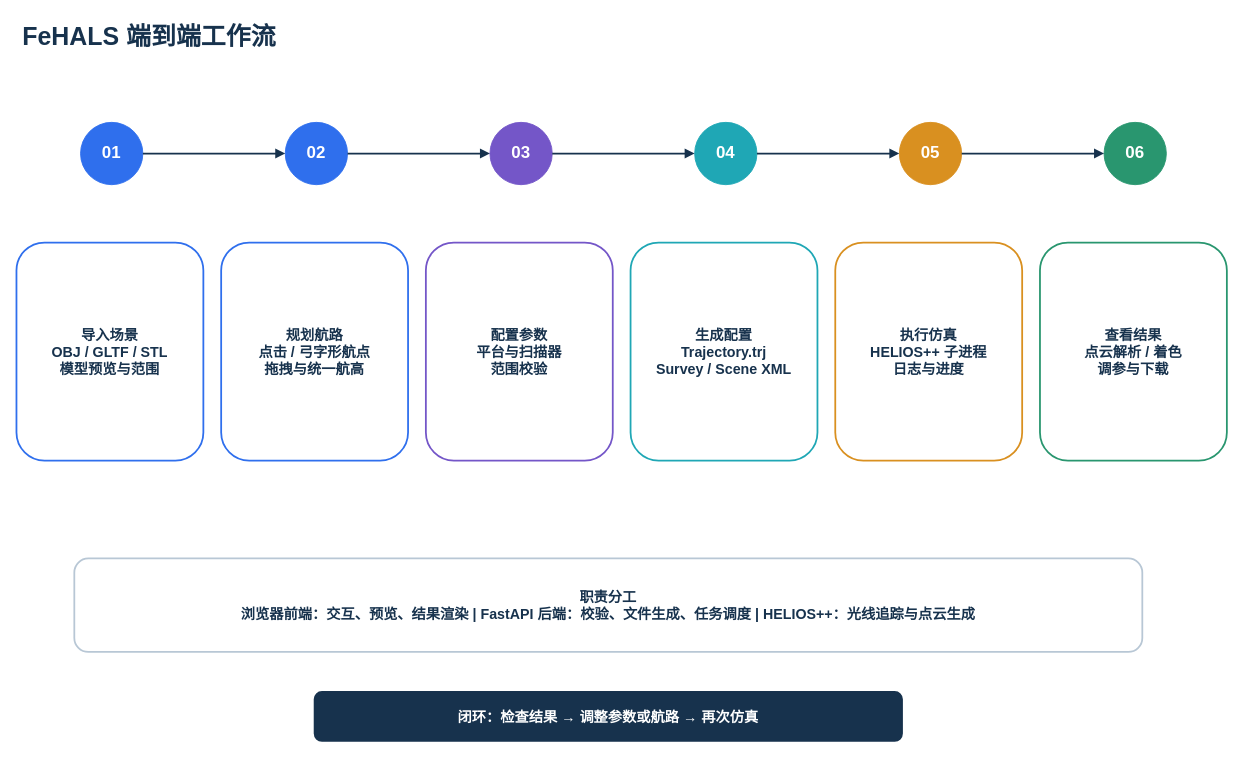
This is doc/figs/src/gernal_fehals_workflow.drawio from 2309175724-cyber/FeHALS, a draw.io file, before an edit. Source tidied: cells renumbered, new cells numbered last; positions are measured from the earlier drawing's top-left corner, leaving out a move shared by most shapes. Both pictures are drawn from the tidied source at 89%, with x=0, y=0 at pixel (16, 15).
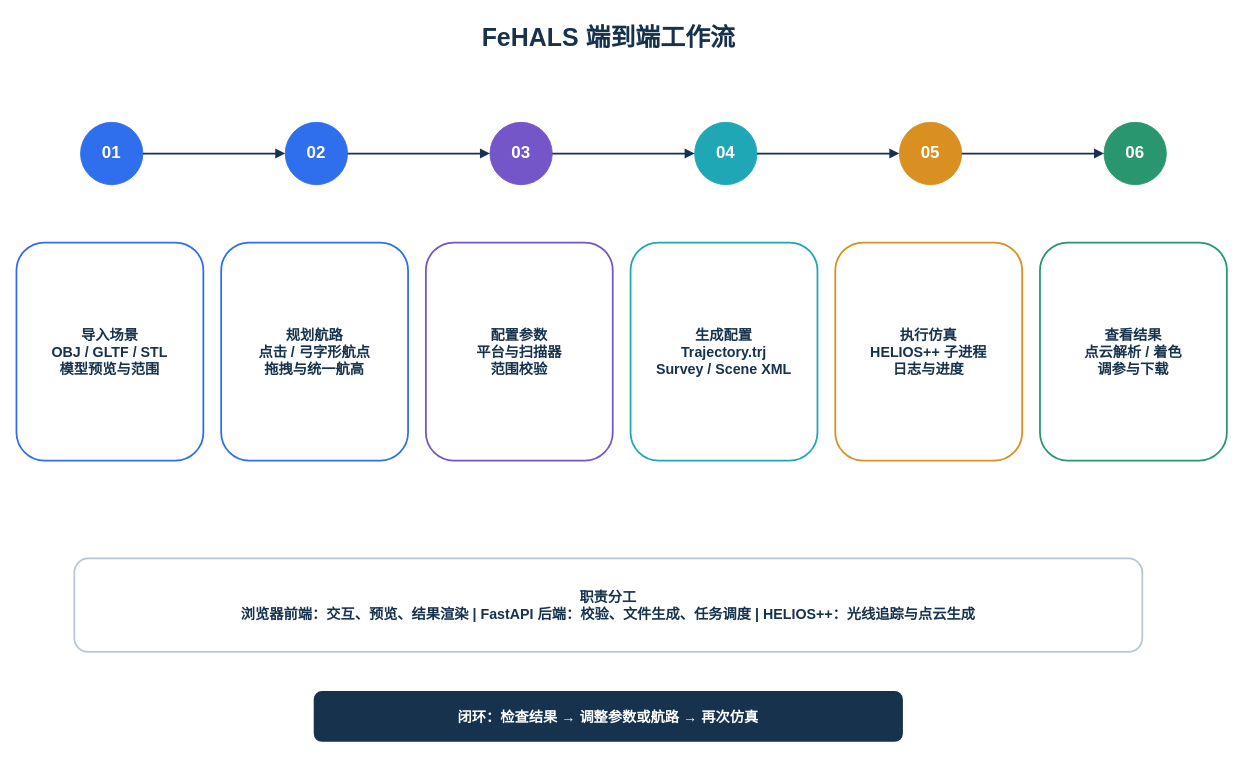
Above is the later version.

What changed in the source:
```diff
@@
-    <mxCell id="2" value="FeHALS 端到端工作流" style="text;html=1;strokeColor=none;fillColor=none;fontColor=#17324D;fontFamily=Microsoft YaHei;fontSize=28;fontStyle=1;align=left;" parent="1" vertex="1">
+    <mxCell id="2" value="FeHALS 端到端工作流" style="text;html=1;strokeColor=none;fillColor=none;fontColor=#17324D;fontFamily=Microsoft YaHei;fontSize=28;fontStyle=1;align=center;verticalAlign=middle;" parent="1" vertex="1">
       <mxGeometry x="5" width="1320" height="50" as="geometry" />
     </mxCell>
```
